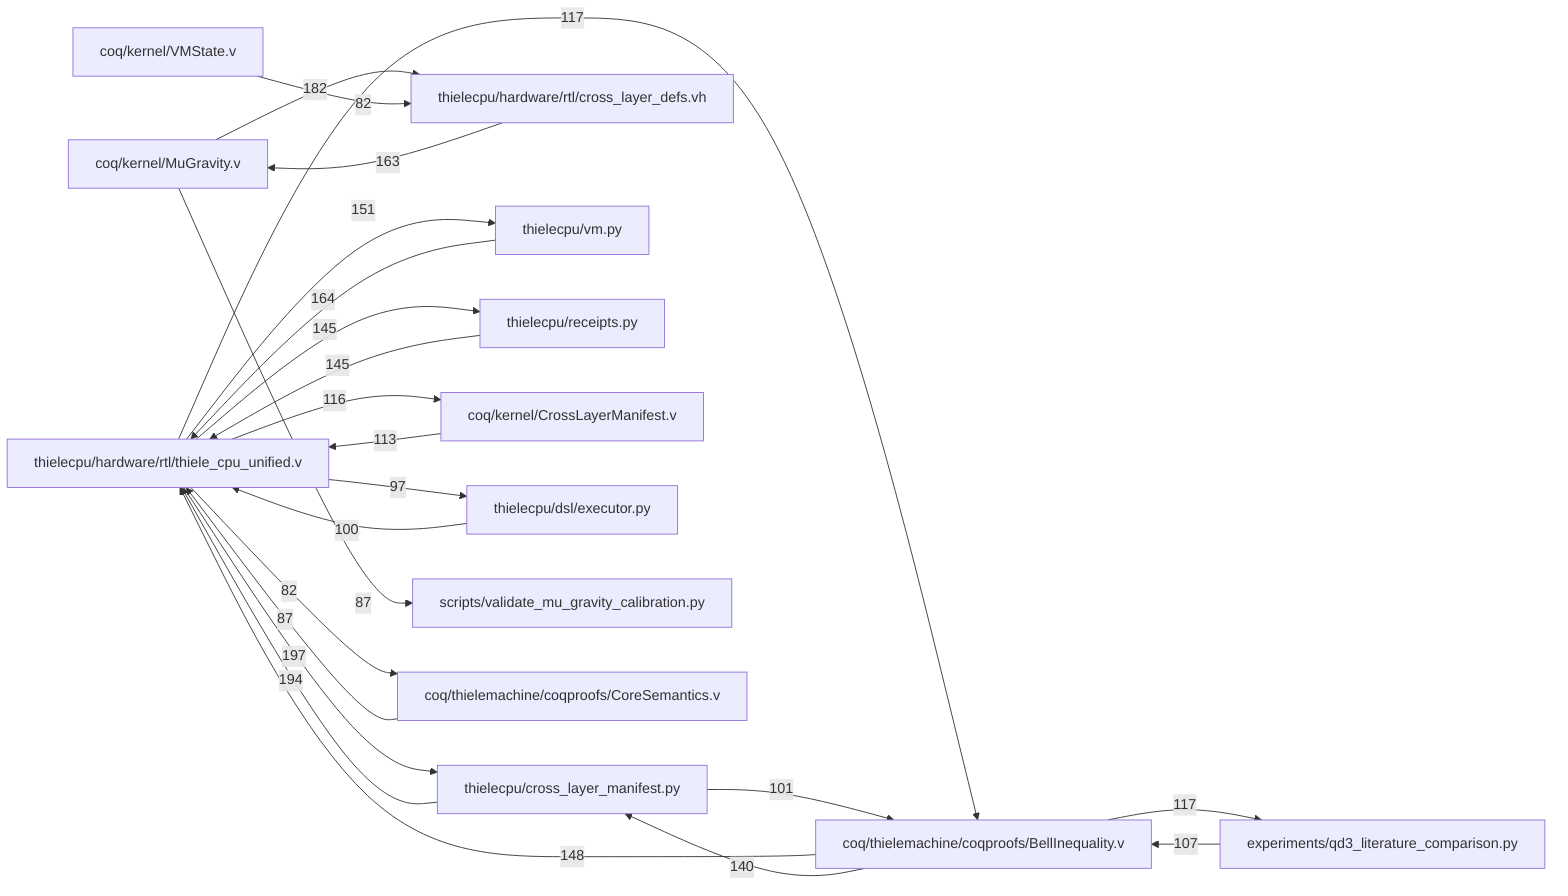
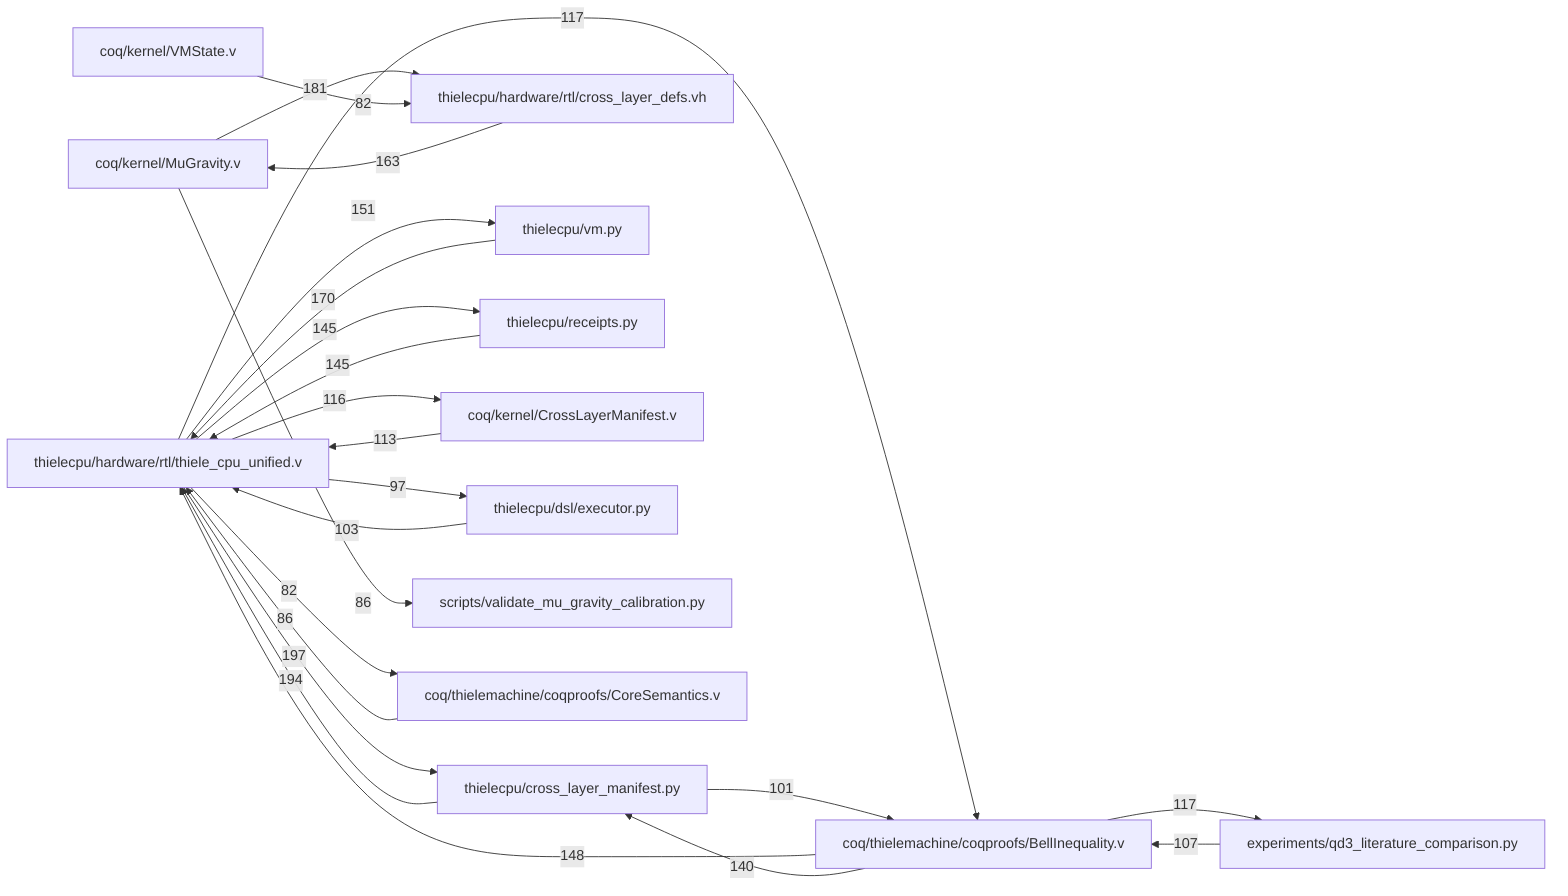
flowchart LR
  N1["thielecpu/hardware/rtl/thiele_cpu_unified.v"]
  N2["thielecpu/cross_layer_manifest.py"]
  N1 -->|197| N2
  N2["thielecpu/cross_layer_manifest.py"]
  N1["thielecpu/hardware/rtl/thiele_cpu_unified.v"]
  N2 -->|194| N1
  N3["coq/kernel/MuGravity.v"]
  N4["thielecpu/hardware/rtl/cross_layer_defs.vh"]
-   N3 -->|182| N4
+   N3 -->|181| N4
  N5["thielecpu/vm.py"]
  N1["thielecpu/hardware/rtl/thiele_cpu_unified.v"]
-   N5 -->|164| N1
+   N5 -->|170| N1
  N4["thielecpu/hardware/rtl/cross_layer_defs.vh"]
  N3["coq/kernel/MuGravity.v"]
  N4 -->|163| N3
  N1["thielecpu/hardware/rtl/thiele_cpu_unified.v"]
  N5["thielecpu/vm.py"]
  N1 -->|151| N5
  N6["coq/thielemachine/coqproofs/BellInequality.v"]
  N1["thielecpu/hardware/rtl/thiele_cpu_unified.v"]
  N6 -->|148| N1
  N1["thielecpu/hardware/rtl/thiele_cpu_unified.v"]
  N7["thielecpu/receipts.py"]
  N1 -->|145| N7
  N7["thielecpu/receipts.py"]
  N1["thielecpu/hardware/rtl/thiele_cpu_unified.v"]
  N7 -->|145| N1
  N6["coq/thielemachine/coqproofs/BellInequality.v"]
  N2["thielecpu/cross_layer_manifest.py"]
  N6 -->|140| N2
  N6["coq/thielemachine/coqproofs/BellInequality.v"]
  N8["experiments/qd3_literature_comparison.py"]
  N6 -->|117| N8
  N1["thielecpu/hardware/rtl/thiele_cpu_unified.v"]
  N6["coq/thielemachine/coqproofs/BellInequality.v"]
  N1 -->|117| N6
  N1["thielecpu/hardware/rtl/thiele_cpu_unified.v"]
  N9["coq/kernel/CrossLayerManifest.v"]
  N1 -->|116| N9
  N9["coq/kernel/CrossLayerManifest.v"]
  N1["thielecpu/hardware/rtl/thiele_cpu_unified.v"]
  N9 -->|113| N1
  N8["experiments/qd3_literature_comparison.py"]
  N6["coq/thielemachine/coqproofs/BellInequality.v"]
  N8 -->|107| N6
+   N10["thielecpu/dsl/executor.py"]
+   N1["thielecpu/hardware/rtl/thiele_cpu_unified.v"]
+   N10 -->|103| N1
  N2["thielecpu/cross_layer_manifest.py"]
  N6["coq/thielemachine/coqproofs/BellInequality.v"]
  N2 -->|101| N6
-   N10["thielecpu/dsl/executor.py"]
-   N1["thielecpu/hardware/rtl/thiele_cpu_unified.v"]
-   N10 -->|100| N1
  N1["thielecpu/hardware/rtl/thiele_cpu_unified.v"]
  N10["thielecpu/dsl/executor.py"]
  N1 -->|97| N10
  N3["coq/kernel/MuGravity.v"]
  N11["scripts/validate_mu_gravity_calibration.py"]
-   N3 -->|87| N11
+   N3 -->|86| N11
  N12["coq/thielemachine/coqproofs/CoreSemantics.v"]
  N1["thielecpu/hardware/rtl/thiele_cpu_unified.v"]
-   N12 -->|87| N1
+   N12 -->|86| N1
  N13["coq/kernel/VMState.v"]
  N4["thielecpu/hardware/rtl/cross_layer_defs.vh"]
  N13 -->|82| N4
  N1["thielecpu/hardware/rtl/thiele_cpu_unified.v"]
  N12["coq/thielemachine/coqproofs/CoreSemantics.v"]
  N1 -->|82| N12
